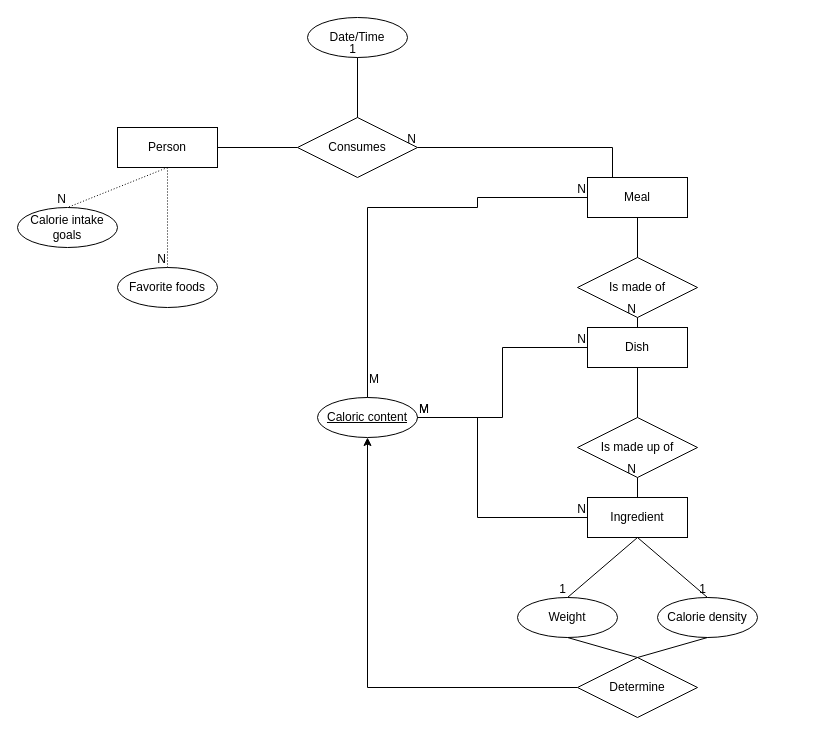
SPUStudnet/SPU_CSC3220_S24_T2 keeps this draw.io diagram as Documents/FinalDesignDrawnDesign.drawio. Above is the earlier version. Source tidied: cells renumbered, new cells numbered last; positions are measured from the earlier drawing's top-left corner, leaving out a move shared by most shapes. Both pictures are drawn from the tidied source at 100%, with x=0, y=0 at pixel (17, 17).
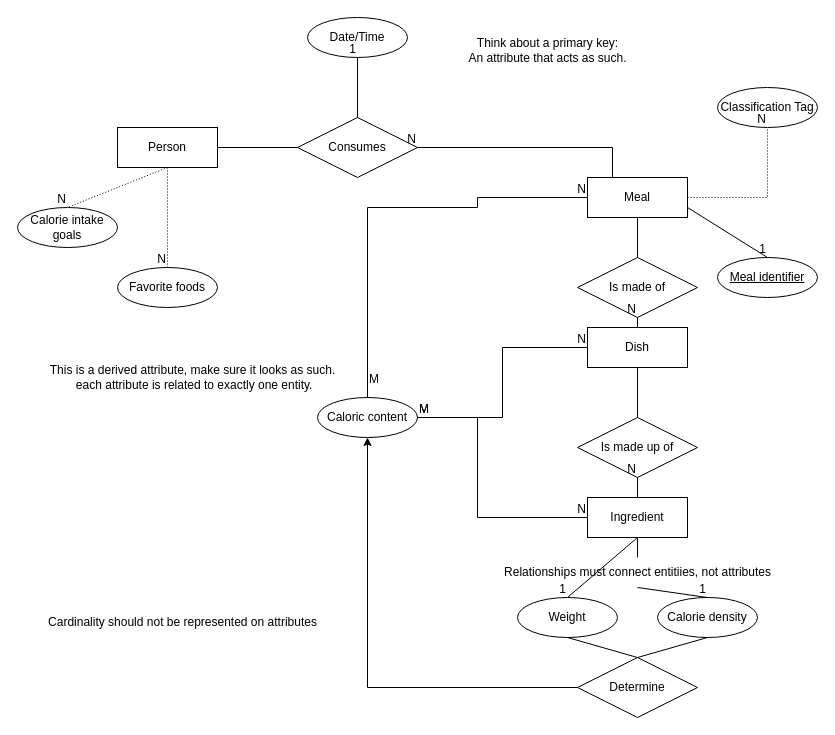
Above is the later version.

The change refers to these unchanged cells:
```xml
<mxCell id="3" value="Meal" style="whiteSpace=wrap;html=1;align=center;" parent="1" vertex="1">
  <mxGeometry x="570" y="160" width="100" height="40" as="geometry" />
</mxCell>
<mxCell id="4" value="&lt;div&gt;Ingredient&lt;/div&gt;" style="whiteSpace=wrap;html=1;align=center;" parent="1" vertex="1">
  <mxGeometry x="570" y="480" width="100" height="40" as="geometry" />
</mxCell>
```

Change to the diagram source:
```diff
@@
-    <mxCell id="5" value="&lt;div&gt;Caloric content&lt;/div&gt;" style="ellipse;whiteSpace=wrap;html=1;align=center;fontStyle=4;" parent="1" vertex="1">
+    <mxCell id="5" value="&lt;div&gt;Caloric content&lt;/div&gt;" style="ellipse;whiteSpace=wrap;html=1;align=center;" parent="1" vertex="1">
       <mxGeometry x="300" y="380" width="100" height="40" as="geometry" />
     </mxCell>
@@
-    <mxCell id="35" style="endArrow=none;html=1;rounded=0;entryX=0.5;entryY=0;entryDx=0;entryDy=0;exitX=0.5;exitY=1;exitDx=0;exitDy=0;" parent="1" edge="1" source="4">
+    <mxCell id="35" style="endArrow=none;html=1;rounded=0;entryX=0.5;entryY=0;entryDx=0;entryDy=0;exitX=0.5;exitY=1;exitDx=0;exitDy=0;" parent="1" edge="1" source="56">
       <mxGeometry relative="1" as="geometry">
         <mxPoint x="690" y="580" as="targetPoint" />
       </mxGeometry>
     </mxCell>
@@
+    <mxCell id="48" value="Classification Tag" style="ellipse;whiteSpace=wrap;html=1;align=center;" parent="1" vertex="1">
+      <mxGeometry x="700" y="70" width="100" height="40" as="geometry" />
+    </mxCell>
+    <mxCell id="49" style="endArrow=none;html=1;rounded=0;dashed=1;dashPattern=1 2;entryX=0.5;entryY=1;entryDx=0;entryDy=0;exitX=1;exitY=0.5;exitDx=0;exitDy=0;edgeStyle=orthogonalEdgeStyle;" parent="1" edge="1" source="3" target="48">
+      <mxGeometry relative="1" as="geometry" />
+    </mxCell>
+    <mxCell id="50" value="N" style="html=1;whiteSpace=wrap;align=right;verticalAlign=bottom;" parent="49" vertex="1">
+      <mxGeometry x="1" relative="1" as="geometry" />
+    </mxCell>
+    <mxCell id="51" value="Meal identifier" style="ellipse;whiteSpace=wrap;html=1;align=center;fontStyle=4;" parent="1" vertex="1">
+      <mxGeometry x="700" y="240" width="100" height="40" as="geometry" />
+    </mxCell>
+    <mxCell id="52" style="endArrow=none;html=1;rounded=0;entryX=0.5;entryY=0;entryDx=0;entryDy=0;exitX=1;exitY=0.75;exitDx=0;exitDy=0;" parent="1" edge="1" source="3" target="51">
+      <mxGeometry relative="1" as="geometry" />
+    </mxCell>
+    <mxCell id="53" value="1" style="html=1;whiteSpace=wrap;align=right;verticalAlign=bottom;" parent="52" vertex="1">
+      <mxGeometry x="1" relative="1" as="geometry" />
+    </mxCell>
+    <mxCell id="54" value="This is a derived attribute, make sure it looks as such.&lt;br&gt;&amp;nbsp;each attribute is related to exactly one entity." style="text;html=1;align=center;verticalAlign=middle;strokeColor=none;fillColor=none;" parent="1" vertex="1">
+      <mxGeometry x="20" y="340" width="310" height="40" as="geometry" />
+    </mxCell>
+    <mxCell id="55" style="endArrow=none;html=1;rounded=0;entryX=0.5;entryY=0;entryDx=0;entryDy=0;exitX=0.5;exitY=1;exitDx=0;exitDy=0;" parent="1" edge="1" source="4" target="56">
+      <mxGeometry relative="1" as="geometry" />
+    </mxCell>
+    <mxCell id="56" value="Relationships must connect entitiies, not attributes" style="text;html=1;align=center;verticalAlign=middle;points=[];strokeColor=none;fillColor=none;" parent="1" vertex="1">
+      <mxGeometry x="475" y="540" width="290" height="30" as="geometry" />
+    </mxCell>
+    <mxCell id="57" value="Think about a primary key:&lt;br&gt;An attribute that acts as such." style="text;html=1;align=center;verticalAlign=middle;strokeColor=none;fillColor=none;" parent="1" vertex="1">
+      <mxGeometry x="440" y="13" width="180" height="40" as="geometry" />
+    </mxCell>
+    <mxCell id="58" value="Cardinality should not be represented on attributes" style="text;html=1;align=center;verticalAlign=middle;strokeColor=none;fillColor=none;" parent="1" vertex="1">
+      <mxGeometry x="20" y="590" width="290" height="30" as="geometry" />
+    </mxCell>
```
